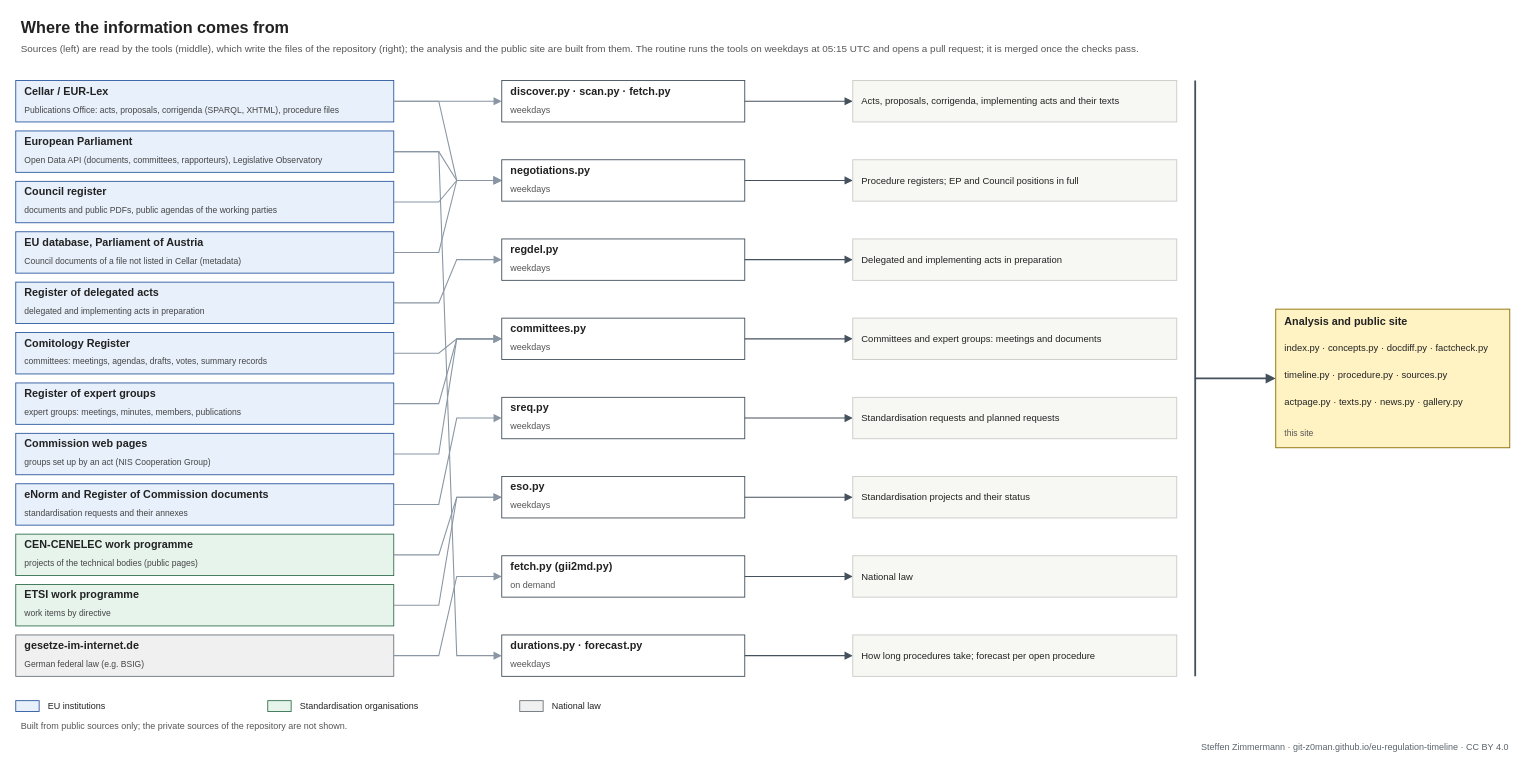
Before: sources.drawio in git-z0man/eu-regulation-timeline, a draw.io diagram. Source tidied: cells renumbered, new cells numbered last; positions are measured from the earlier drawing's top-left corner, leaving out a move shared by most shapes. Both pictures are drawn from the tidied source at 90%, with x=0, y=0 at pixel (15, 15).
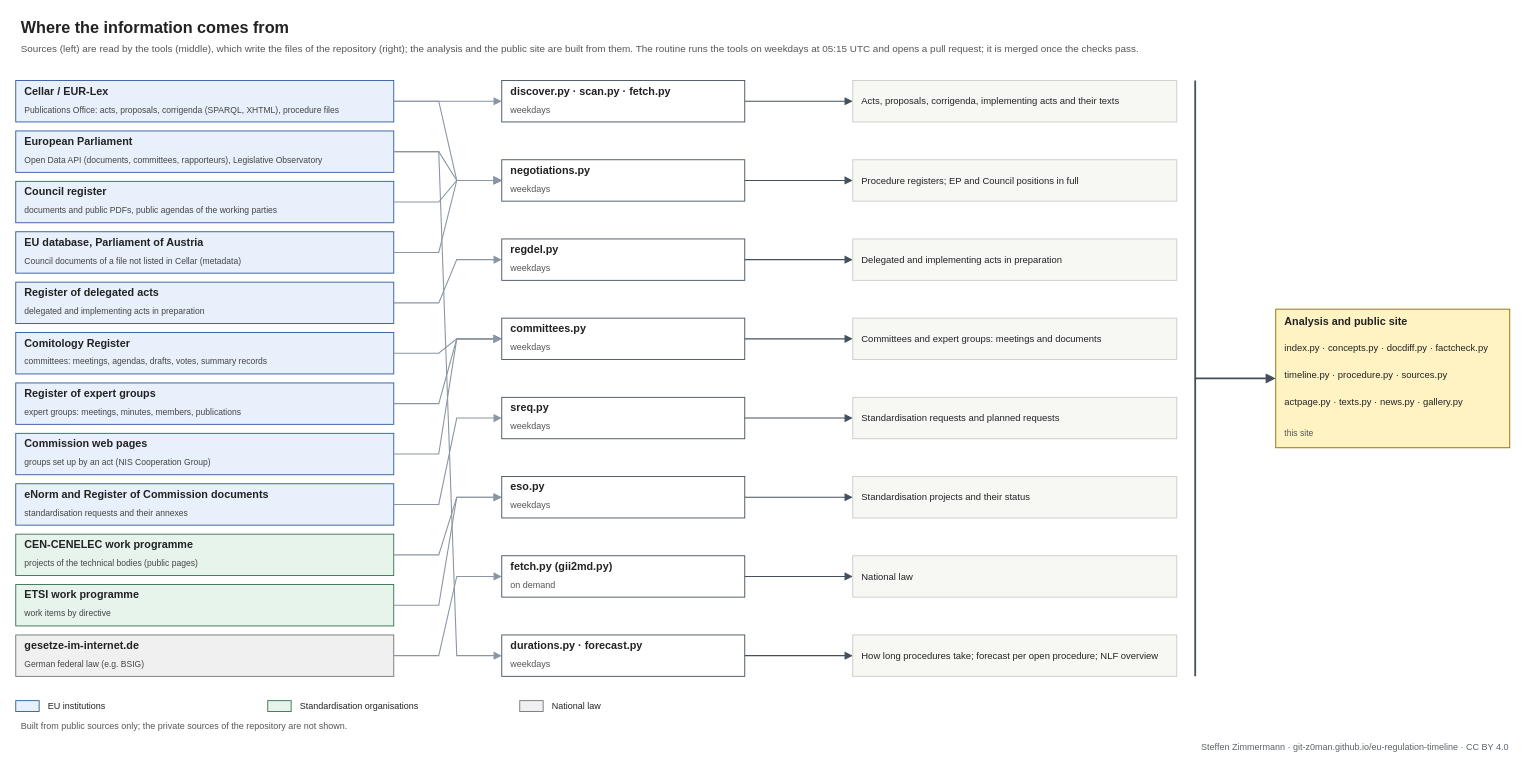
After the change.

Change to the diagram source:
```diff
@@
-    <mxCell id="101" value="How long procedures take; forecast per open procedure" style="text;html=1;fontSize=10.5;fontColor=#222222;align=left;verticalAlign=middle;spacingLeft=4;whiteSpace=wrap;" parent="1" vertex="1">
+    <mxCell id="101" value="How long procedures take; forecast per open procedure; NLF overview" style="text;html=1;fontSize=10.5;fontColor=#222222;align=left;verticalAlign=middle;spacingLeft=4;whiteSpace=wrap;" parent="1" vertex="1">
       <mxGeometry x="934" y="688" width="352" height="46" as="geometry" />
     </mxCell>
```
